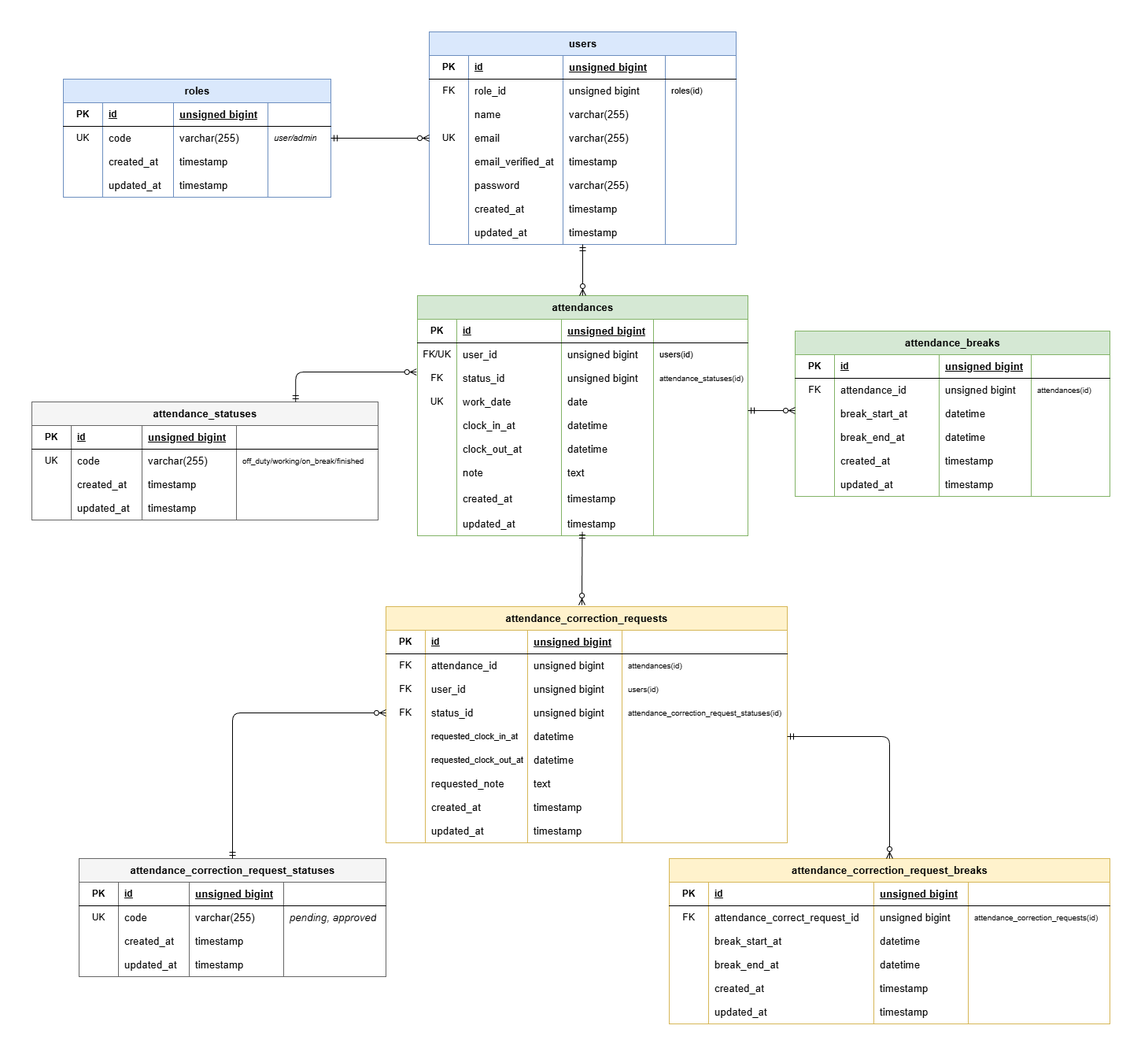
ando1221/attendance-record keeps this draw.io diagram as docs/ER.drawio.png. Above is the earlier version. Source tidied: cells renumbered, new cells last; positions are measured from the earlier drawing's top-left corner, leaving out a move shared by most shapes.
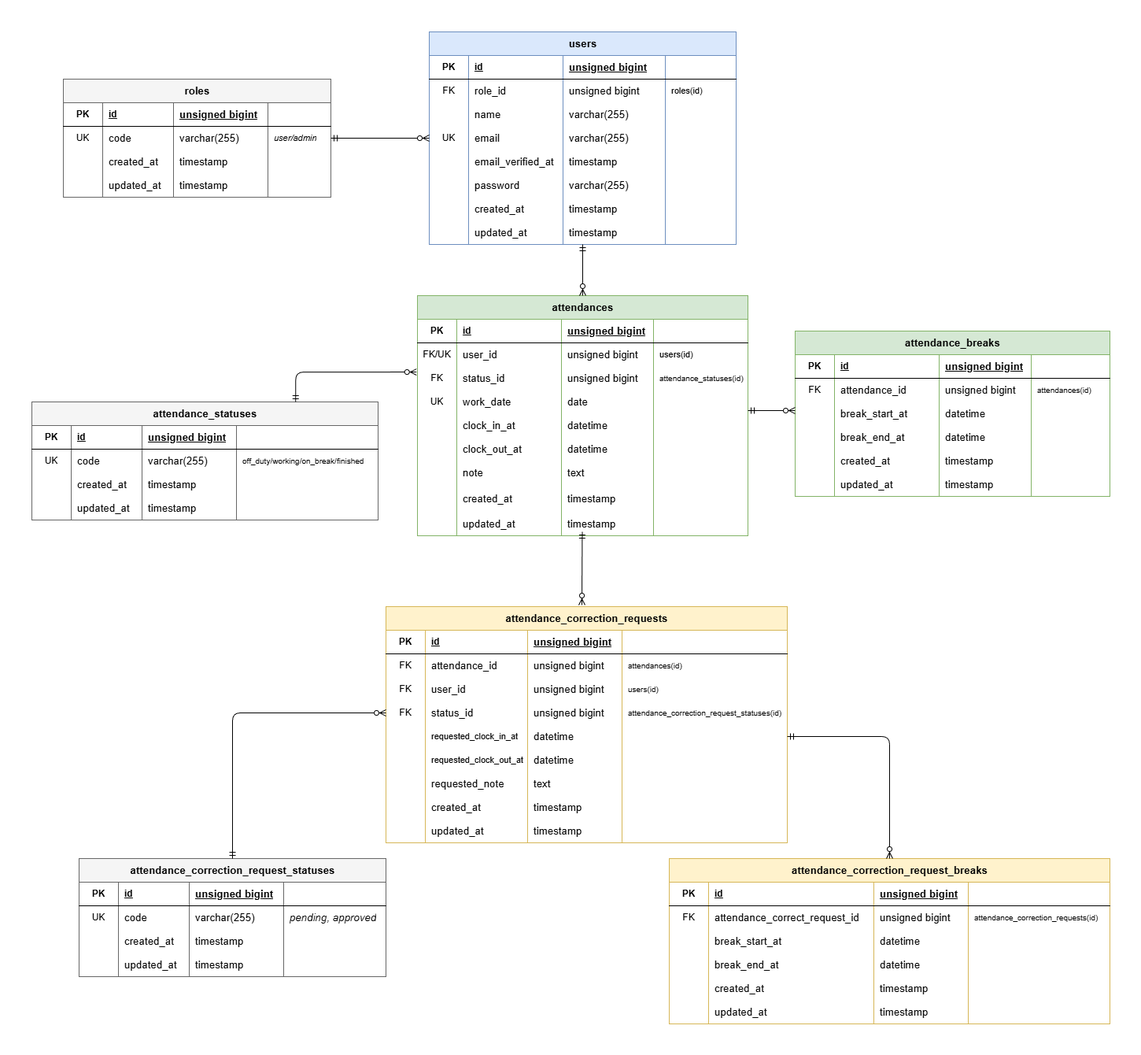
The same diagram one commit later.

What changed in the source:
```diff
@@ -5,7 +5,7 @@
     <mxCell id="2" style="rounded=0;whiteSpace=wrap;html=1;strokeWidth=0;strokeColor=none;" parent="1" vertex="1">
       <mxGeometry width="1450" height="1340" as="geometry" />
     </mxCell>
-    <mxCell id="3" value="&lt;span style=&quot;color: rgb(0, 0, 0); text-align: start; text-wrap-mode: wrap; font-size: 10pt; font-family: Arial;&quot;&gt;roles&lt;/span&gt;" style="shape=table;startSize=30;rowLines=0;fontStyle=1;align=center;html=1;fillColor=#dae8fc;strokeColor=#6c8ebf;" parent="1" vertex="1">
+    <mxCell id="3" value="&lt;span style=&quot;color: rgb(0, 0, 0); text-align: start; text-wrap-mode: wrap; font-size: 10pt; font-family: Arial;&quot;&gt;roles&lt;/span&gt;" style="shape=table;startSize=30;rowLines=0;fontStyle=1;align=center;html=1;fillColor=#f5f5f5;strokeColor=#666666;fontColor=#333333;" parent="1" vertex="1">
       <mxGeometry x="80" y="100" width="340" height="150" as="geometry" />
     </mxCell>
     <mxCell id="4" style="shape=tableRow;horizontal=0;startSize=0;swimlaneHead=0;swimlaneBody=0;fillColor=none;top=0;left=0;right=0;bottom=1;" parent="3" vertex="1">
```
